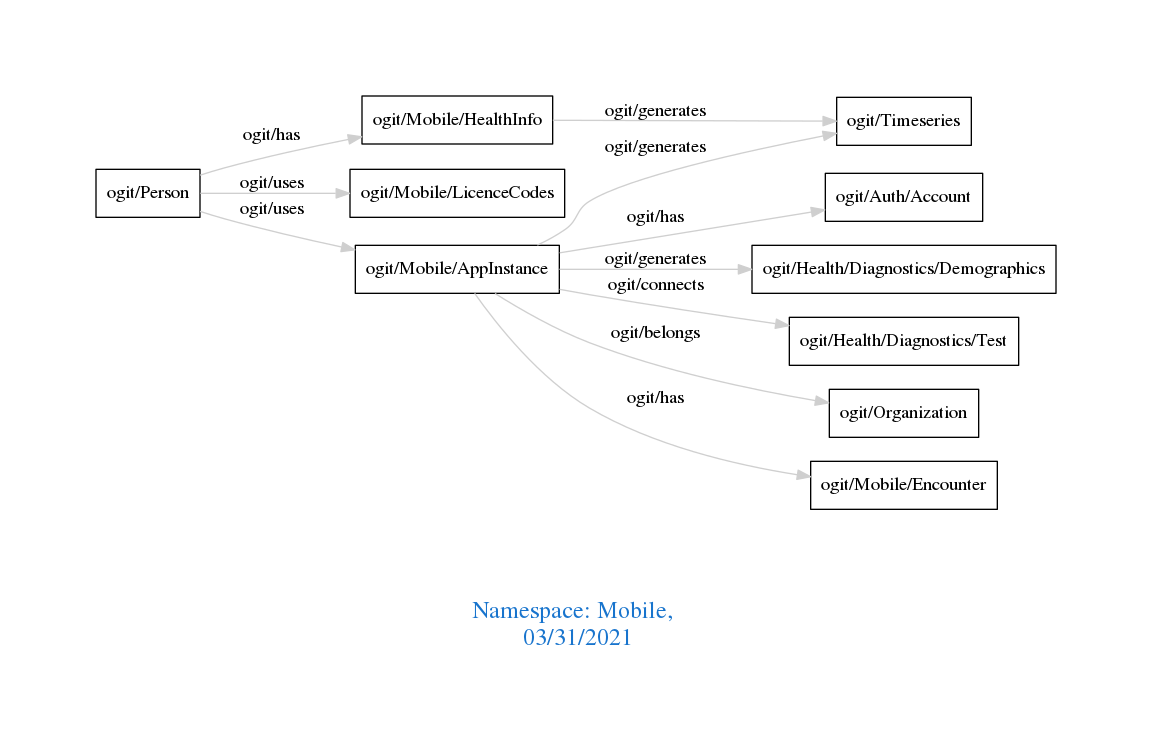
arago/OGIT keeps this Graphviz diagram as downloads/Mobile.png. Above is the earlier version. Its source is kept beside it as downloads/Mobile.dot.
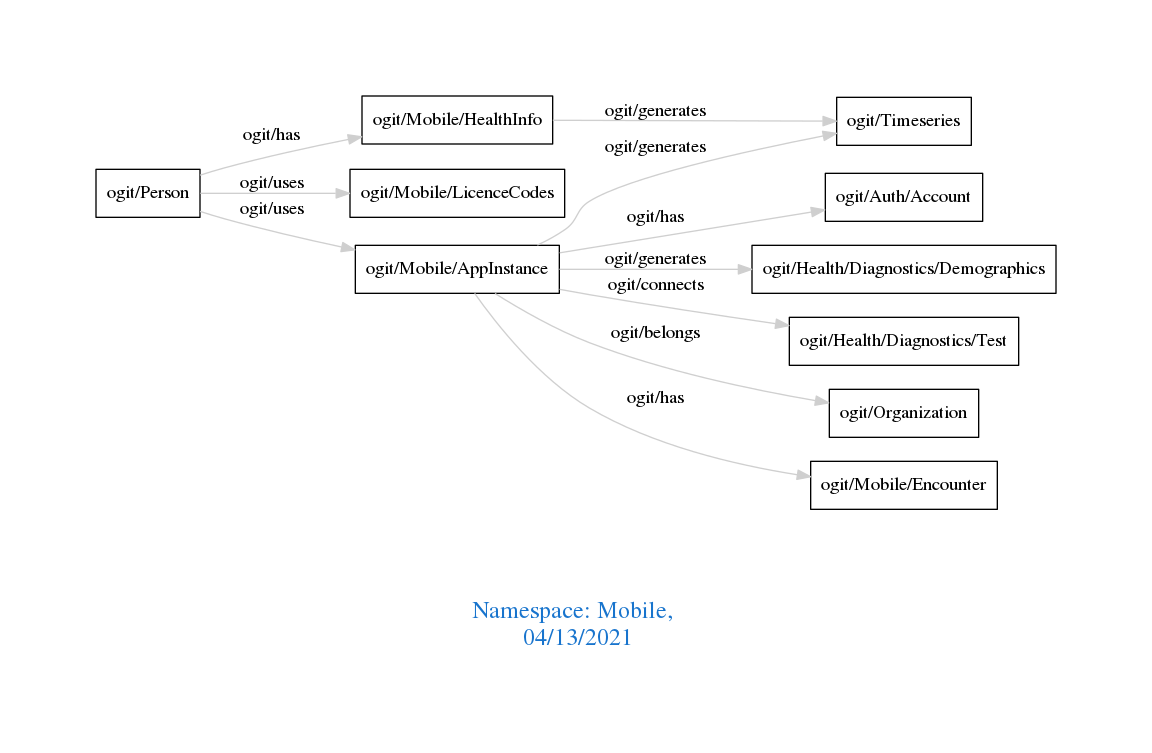
Later version of the same file.

Change to the diagram source:
```diff
@@ -1,7 +1,7 @@
 digraph OGIT_ontology {
  graph [ rankdir= LR,pad=1
 fontsize = 18,
-fontcolor= dodgerblue3,label = "\n\n\nNamespace: Mobile, \n 03/31/2021"];
+fontcolor= dodgerblue3,label = "\n\n\nNamespace: Mobile, \n 04/13/2021"];
 node[shape=polygon];
 edge [  color="gray81"];
 
```
